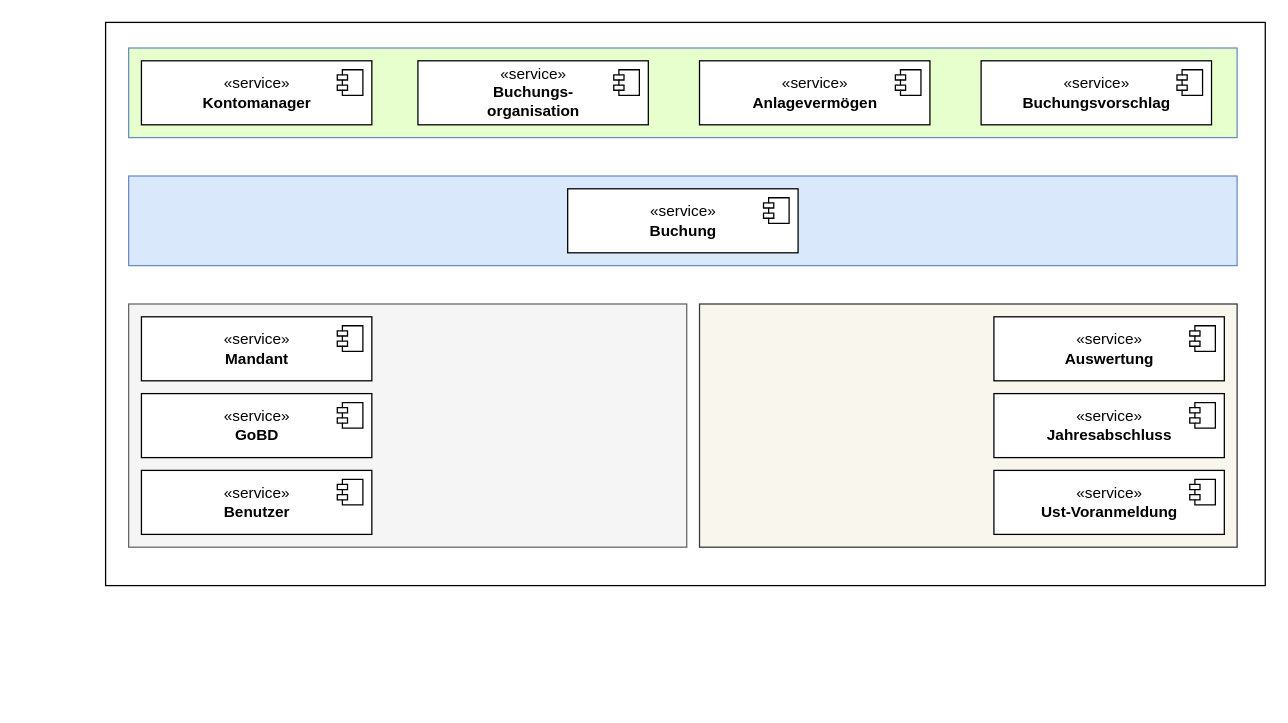
Before: page "technische Komponenten" (3 of 5) of architektur/Architektur.drawio in DirkPodolakEssquare/agenda, a draw.io diagram. Source tidied: cells renumbered, new cells numbered last; positions are measured from the earlier drawing's top-left corner, leaving out a move shared by most shapes. Both pictures are drawn from the tidied source at 128%, with x=0, y=0 at pixel (105, 22).
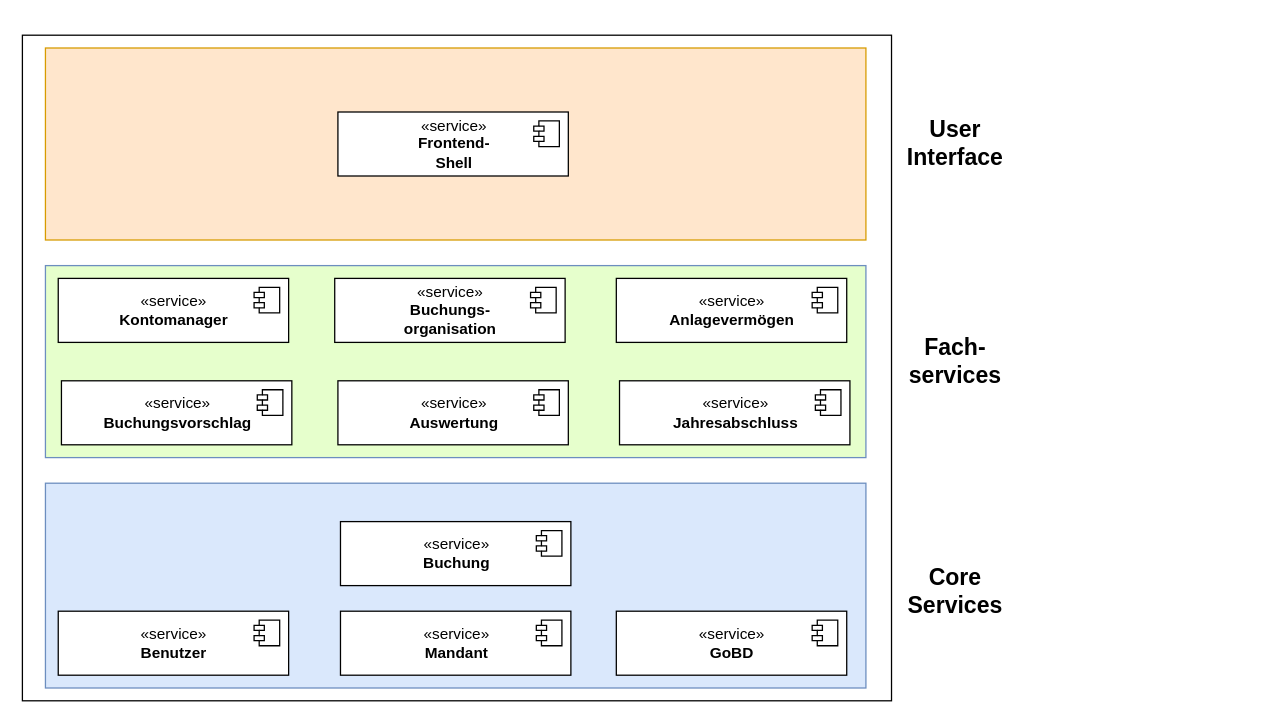
The same page after the edit.

Change to the diagram source:
```diff
@@
     <mxCell id="2" style="rounded=0;whiteSpace=wrap;html=1;" parent="1" vertex="1">
-      <mxGeometry width="906" height="440" as="geometry" />
+      <mxGeometry x="-65" y="10" width="679" height="520" as="geometry" />
     </mxCell>
-    <mxCell id="3" style="rounded=0;whiteSpace=wrap;html=1;fillColor=#f9f7ed;strokeColor=#36393d;" parent="1" vertex="1">
-      <mxGeometry x="464" y="220" width="420" height="190" as="geometry" />
-    </mxCell>
-    <mxCell id="4" style="rounded=0;whiteSpace=wrap;html=1;fillColor=#f5f5f5;strokeColor=#666666;fontColor=#333333;" parent="1" vertex="1">
-      <mxGeometry x="18" y="220" width="436" height="190" as="geometry" />
-    </mxCell>
     <mxCell id="5" style="rounded=0;whiteSpace=wrap;html=1;fillColor=#dae8fc;strokeColor=#6c8ebf;" parent="1" vertex="1">
-      <mxGeometry x="18" y="120" width="866" height="70" as="geometry" />
+      <mxGeometry x="-47" y="360" width="641" height="160" as="geometry" />
     </mxCell>
     <mxCell id="6" style="rounded=0;whiteSpace=wrap;html=1;strokeColor=#6c8ebf;fillColor=#E6FFCC;" parent="1" vertex="1">
-      <mxGeometry x="18" y="20" width="866" height="70" as="geometry" />
+      <mxGeometry x="-47" y="190" width="641" height="150" as="geometry" />
     </mxCell>
     <mxCell id="7" value="«service»&lt;br&gt;&lt;b&gt;Buchung&lt;/b&gt;" style="html=1;" parent="1" vertex="1">
-      <mxGeometry x="361" y="130" width="180" height="50" as="geometry" />
+      <mxGeometry x="183.5" y="390" width="180" height="50" as="geometry" />
     </mxCell>
@@
     <mxCell id="9" value="«service»&lt;br&gt;&lt;b&gt;Mandant&lt;br&gt;&lt;/b&gt;" style="html=1;" parent="1" vertex="1">
-      <mxGeometry x="28" y="230" width="180" height="50" as="geometry" />
+      <mxGeometry x="183.5" y="460" width="180" height="50" as="geometry" />
     </mxCell>
@@
     <mxCell id="11" value="«service»&lt;br&gt;&lt;b&gt;Anlagevermögen&lt;br&gt;&lt;/b&gt;" style="html=1;" parent="1" vertex="1">
-      <mxGeometry x="464" y="30" width="180" height="50" as="geometry" />
+      <mxGeometry x="399" y="200" width="180" height="50" as="geometry" />
     </mxCell>
@@
     <mxCell id="13" value="«service»&lt;br&gt;&lt;b&gt;Kontomanager&lt;br&gt;&lt;/b&gt;" style="html=1;" parent="1" vertex="1">
-      <mxGeometry x="28" y="30" width="180" height="50" as="geometry" />
+      <mxGeometry x="-37" y="200" width="180" height="50" as="geometry" />
     </mxCell>
@@
     <mxCell id="15" value="«service»&lt;br&gt;&lt;b&gt;Buchungs-&lt;br&gt;organisation&lt;br&gt;&lt;/b&gt;" style="html=1;" parent="1" vertex="1">
-      <mxGeometry x="244" y="30" width="180" height="50" as="geometry" />
+      <mxGeometry x="179" y="200" width="180" height="50" as="geometry" />
     </mxCell>
@@
     <mxCell id="17" value="«service»&lt;br&gt;&lt;b&gt;GoBD&lt;br&gt;&lt;/b&gt;" style="html=1;" parent="1" vertex="1">
-      <mxGeometry x="28" y="290" width="180" height="50" as="geometry" />
+      <mxGeometry x="399" y="460" width="180" height="50" as="geometry" />
     </mxCell>
@@
     <mxCell id="19" value="«service»&lt;br&gt;&lt;b&gt;Auswertung&lt;br&gt;&lt;/b&gt;" style="html=1;" parent="1" vertex="1">
-      <mxGeometry x="694" y="230" width="180" height="50" as="geometry" />
+      <mxGeometry x="181.5" y="280" width="180" height="50" as="geometry" />
     </mxCell>
@@
     <mxCell id="21" value="«service»&lt;br&gt;&lt;b&gt;Jahresabschluss&lt;br&gt;&lt;/b&gt;" style="html=1;" parent="1" vertex="1">
-      <mxGeometry x="694" y="290" width="180" height="50" as="geometry" />
+      <mxGeometry x="401.5" y="280" width="180" height="50" as="geometry" />
     </mxCell>
@@
     <mxCell id="23" value="«service»&lt;br&gt;&lt;b&gt;Benutzer&lt;br&gt;&lt;/b&gt;" style="html=1;" parent="1" vertex="1">
-      <mxGeometry x="28" y="350" width="180" height="50" as="geometry" />
+      <mxGeometry x="-37" y="460" width="180" height="50" as="geometry" />
     </mxCell>
@@
     <mxCell id="25" value="«service»&lt;br&gt;&lt;b&gt;Buchungsvorschlag&lt;br&gt;&lt;/b&gt;" style="html=1;" parent="1" vertex="1">
-      <mxGeometry x="684" y="30" width="180" height="50" as="geometry" />
+      <mxGeometry x="-34.5" y="280" width="180" height="50" as="geometry" />
     </mxCell>
@@
-    <mxCell id="27" value="«service»&lt;br&gt;&lt;b&gt;Ust-Voranmeldung&lt;br&gt;&lt;/b&gt;" style="html=1;" parent="1" vertex="1">
-      <mxGeometry x="694" y="350" width="180" height="50" as="geometry" />
-    </mxCell>
-    <mxCell id="28" style="shape=module;jettyWidth=8;jettyHeight=4;" parent="27" vertex="1">
-      <mxGeometry x="1" width="20" height="20" relative="1" as="geometry">
-        <mxPoint x="-27" y="7" as="offset" />
-      </mxGeometry>
-    </mxCell>
+    <mxCell id="29" style="rounded=0;whiteSpace=wrap;html=1;strokeColor=#d79b00;fillColor=#ffe6cc;" parent="1" vertex="1">
+      <mxGeometry x="-47" y="20" width="641" height="150" as="geometry" />
+    </mxCell>
+    <mxCell id="30" value="«service»&lt;br&gt;&lt;b&gt;Frontend-&lt;br&gt;Shell&lt;br&gt;&lt;/b&gt;" style="html=1;" parent="1" vertex="1">
+      <mxGeometry x="181.5" y="70" width="180" height="50" as="geometry" />
+    </mxCell>
+    <mxCell id="31" style="shape=module;jettyWidth=8;jettyHeight=4;" parent="30" vertex="1">
+      <mxGeometry x="1" width="20" height="20" relative="1" as="geometry">
+        <mxPoint x="-27" y="7" as="offset" />
+      </mxGeometry>
+    </mxCell>
+    <mxCell id="32" value="&lt;font style=&quot;font-size: 18px&quot;&gt;&lt;b&gt;User&lt;br&gt;Interface&lt;br&gt;&lt;/b&gt;&lt;/font&gt;" style="text;html=1;strokeColor=none;fillColor=none;align=center;verticalAlign=middle;whiteSpace=wrap;rounded=0;hachureGap=4;" parent="1" vertex="1">
+      <mxGeometry x="644" y="85" width="40" height="20" as="geometry" />
+    </mxCell>
+    <mxCell id="33" value="&lt;font style=&quot;font-size: 18px&quot;&gt;&lt;b&gt;Fach-&lt;br&gt;services&lt;/b&gt;&lt;/font&gt;" style="text;html=1;strokeColor=none;fillColor=none;align=center;verticalAlign=middle;whiteSpace=wrap;rounded=0;hachureGap=4;" parent="1" vertex="1">
+      <mxGeometry x="644" y="255" width="40" height="20" as="geometry" />
+    </mxCell>
+    <mxCell id="34" value="&lt;font style=&quot;font-size: 18px&quot;&gt;&lt;b&gt;Core&lt;br&gt;Services&lt;/b&gt;&lt;/font&gt;" style="text;html=1;strokeColor=none;fillColor=none;align=center;verticalAlign=middle;whiteSpace=wrap;rounded=0;hachureGap=4;" parent="1" vertex="1">
+      <mxGeometry x="644" y="435" width="40" height="20" as="geometry" />
+    </mxCell>
```
